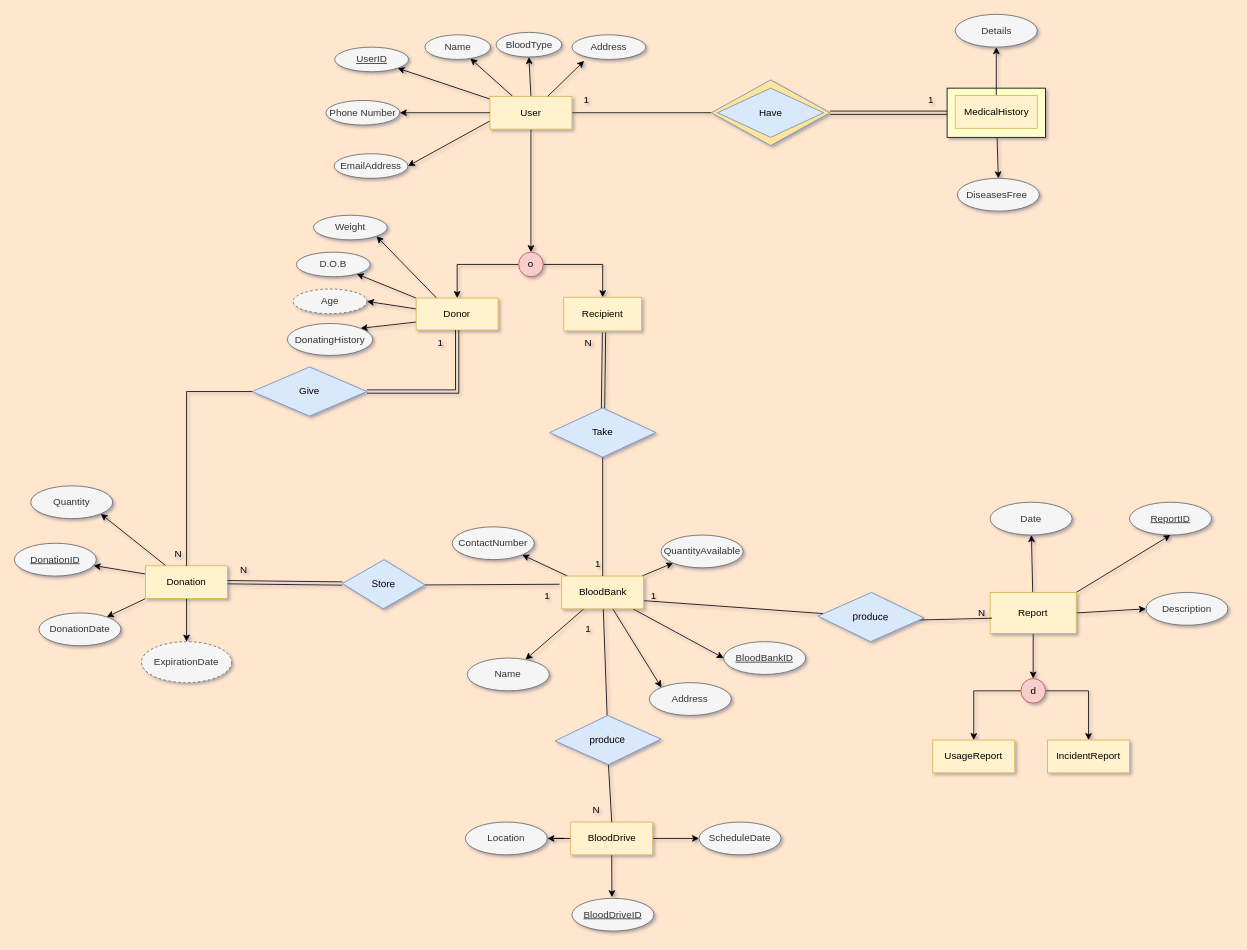
NawafSD/BloodDonationSystem keeps this draw.io diagram as EER Diagram/BloodDonationSystem.drawio. Above is the earlier version. Source tidied: cells renumbered, new cells numbered last; positions are measured from the earlier drawing's top-left corner, leaving out a move shared by most shapes. Both pictures are drawn from the tidied source at 82%, with x=0, y=0 at pixel (14, -132).
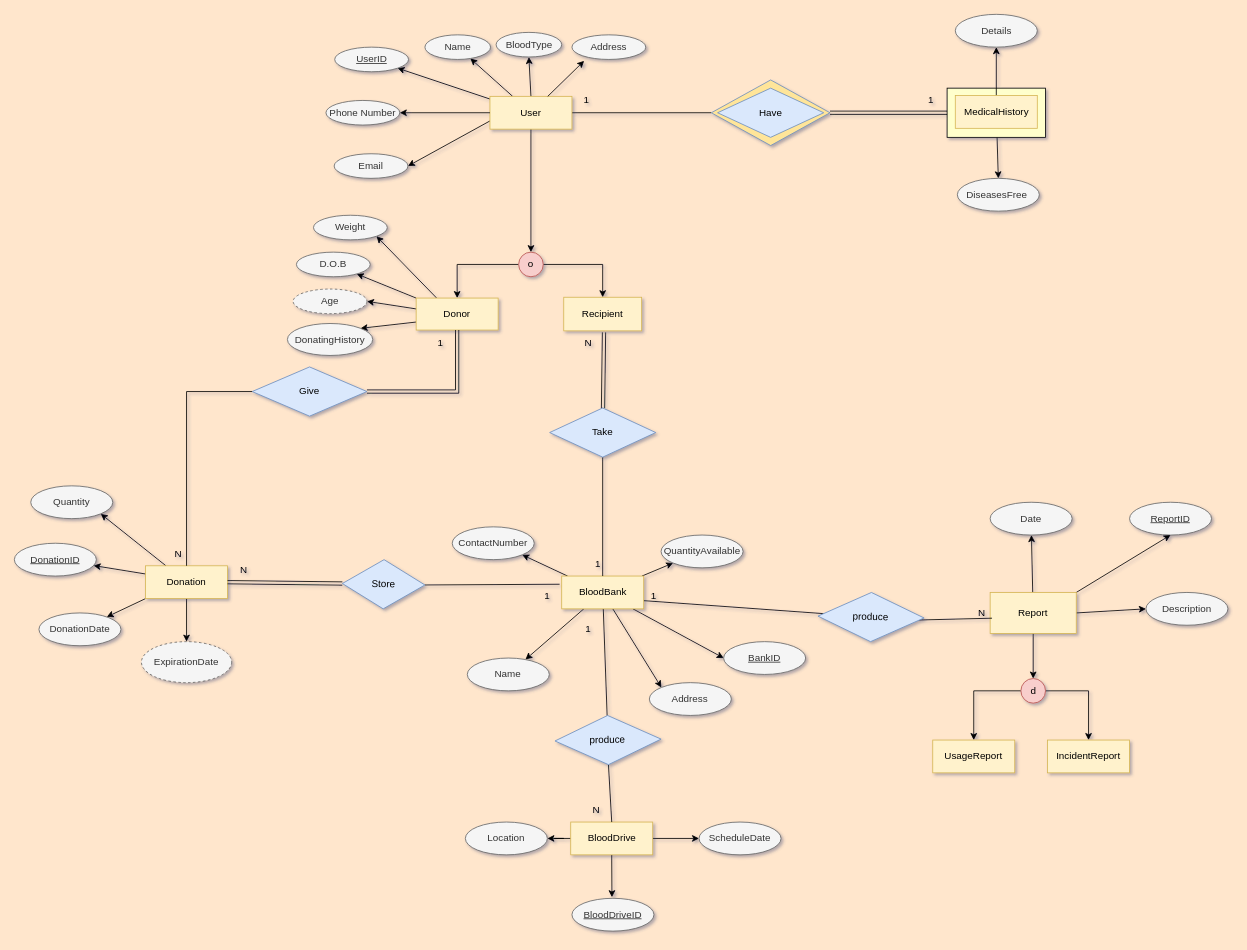
The same diagram, later.

The edit, as a diff of the source:
```diff
@@
-    <mxCell id="19" value="EmailAddress" style="ellipse;whiteSpace=wrap;html=1;align=center;fillColor=#f5f5f5;strokeColor=#666666;fontColor=#333333;" parent="1" vertex="1">
+    <mxCell id="19" value="Email" style="ellipse;whiteSpace=wrap;html=1;align=center;fillColor=#f5f5f5;strokeColor=#666666;fontColor=#333333;" parent="1" vertex="1">
       <mxGeometry x="390" y="348" width="90" height="30" as="geometry" />
     </mxCell>
@@
-    <mxCell id="69" value="BloodBankID " style="ellipse;whiteSpace=wrap;html=1;align=center;fontStyle=4;fillColor=#f5f5f5;strokeColor=#666666;fontColor=#333333;" parent="1" vertex="1">
+    <mxCell id="69" value="BankID " style="ellipse;whiteSpace=wrap;html=1;align=center;fontStyle=4;fillColor=#f5f5f5;strokeColor=#666666;fontColor=#333333;" parent="1" vertex="1">
       <mxGeometry x="865" y="943" width="100" height="40" as="geometry" />
     </mxCell>
```
